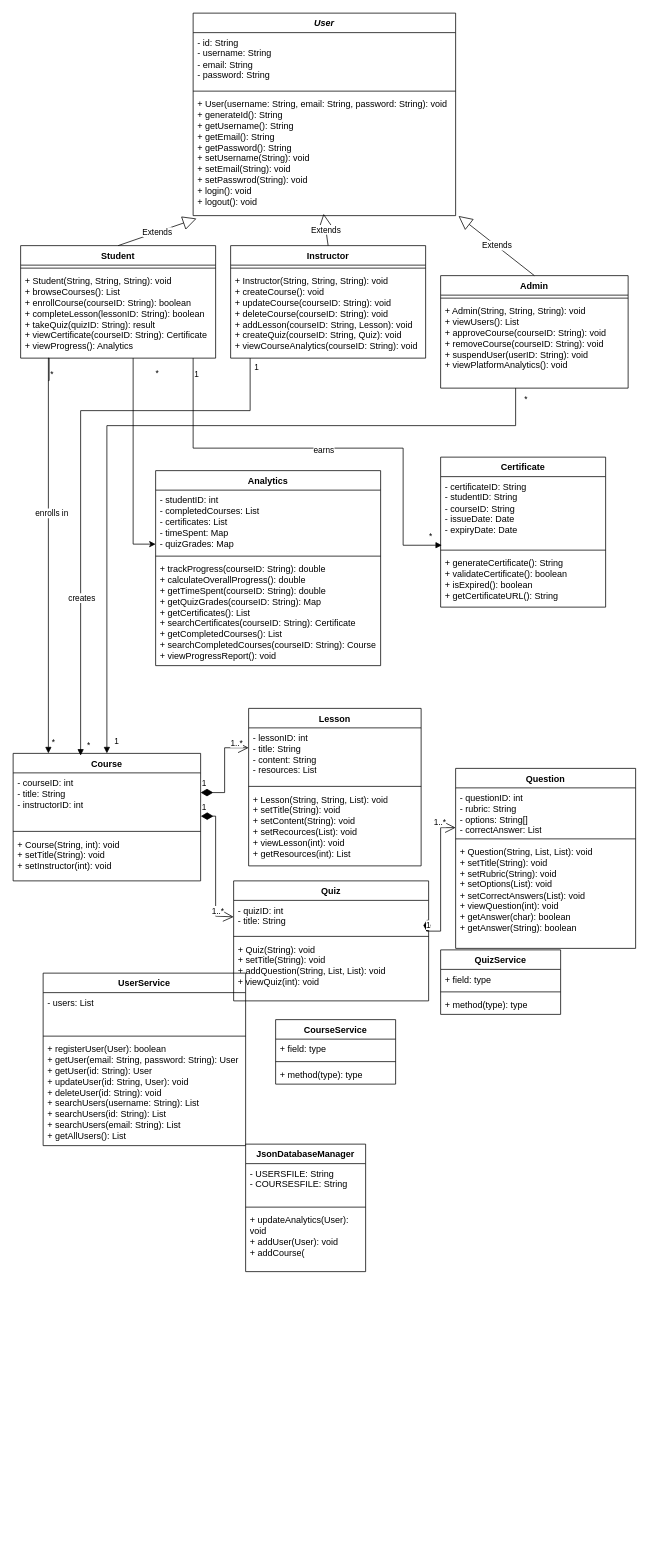
Abdelaziz-Islam-Galal/Programming-2_Lab-6 keeps this draw.io diagram as SkillForge - Class Diagram.drawio. Above is the earlier version. Source tidied: cells renumbered, new cells numbered last; positions are measured from the earlier drawing's top-left corner, leaving out a move shared by most shapes. Both pictures are drawn from the tidied source at 75%, with x=0, y=0 at pixel (13, 13).
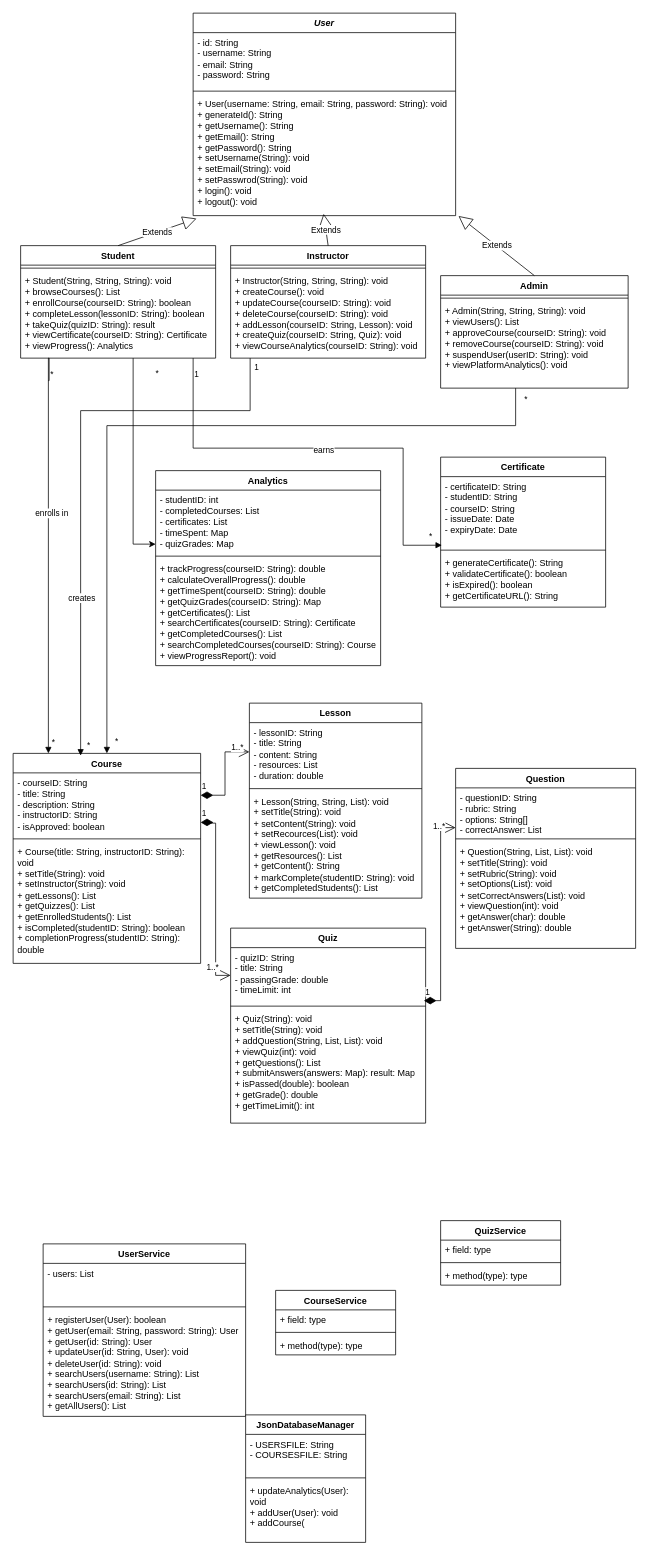
The same diagram, later.

Commit message:
actual progress - needes to continue with the last 4 classes

Unchanged cells that the change refers to:
```xml
<mxCell id="57" value="Question" style="swimlane;fontStyle=1;align=center;verticalAlign=top;horizontal=1;startSize=26;whiteSpace=wrap;html=1;" parent="1" vertex="1">
  <mxGeometry x="590" y="1007" width="240" height="240" as="geometry" />
</mxCell>
```

Diff of the diagram source:
```diff
@@
     <mxCell id="20" value="CourseService" style="swimlane;fontStyle=1;align=center;verticalAlign=top;horizontal=1;startSize=26;whiteSpace=wrap;html=1;" parent="1" vertex="1">
-      <mxGeometry x="350" y="1342" width="160" height="86" as="geometry" />
+      <mxGeometry x="350" y="1703" width="160" height="86" as="geometry" />
     </mxCell>
@@
     <mxCell id="24" value="QuizService" style="swimlane;fontStyle=1;align=center;verticalAlign=top;horizontal=1;startSize=26;whiteSpace=wrap;html=1;" parent="1" vertex="1">
-      <mxGeometry x="570" y="1249" width="160" height="86" as="geometry" />
+      <mxGeometry x="570" y="1610" width="160" height="86" as="geometry" />
     </mxCell>
@@
     <mxCell id="28" value="UserService" style="swimlane;fontStyle=1;align=center;verticalAlign=top;horizontal=1;startSize=26;whiteSpace=wrap;html=1;" parent="1" vertex="1">
-      <mxGeometry x="40" y="1280" width="270" height="230" as="geometry" />
+      <mxGeometry x="40" y="1641" width="270" height="230" as="geometry" />
     </mxCell>
@@
-    <mxCell id="36" value="1" style="edgeLabel;html=1;align=center;verticalAlign=middle;" parent="1" vertex="1">
+    <mxCell id="36" value="*" style="edgeLabel;html=1;align=center;verticalAlign=middle;" parent="1" vertex="1">
       <mxGeometry x="160" y="970" as="geometry">
         <mxPoint x="-23" as="offset" />
       </mxGeometry>
     </mxCell>
     <mxCell id="37" value="JsonDatabaseManager" style="swimlane;fontStyle=1;align=center;verticalAlign=top;horizontal=1;startSize=26;whiteSpace=wrap;html=1;" parent="1" vertex="1">
-      <mxGeometry x="310" y="1508" width="160" height="170" as="geometry" />
+      <mxGeometry x="310" y="1869" width="160" height="170" as="geometry" />
     </mxCell>
@@
     <mxCell id="41" value="Course" style="swimlane;fontStyle=1;align=center;verticalAlign=top;horizontal=1;startSize=26;whiteSpace=wrap;html=1;" parent="1" vertex="1">
-      <mxGeometry y="987" width="250" height="170" as="geometry" />
+      <mxGeometry y="987" width="250" height="280" as="geometry" />
     </mxCell>
-    <mxCell id="42" value="&lt;span style=&quot;text-align: center;&quot;&gt;- courseID: int&lt;/span&gt;&lt;br style=&quot;text-align: center;&quot;&gt;&lt;span style=&quot;text-align: center;&quot;&gt;- title: String&lt;/span&gt;&lt;br style=&quot;text-align: center;&quot;&gt;&lt;span style=&quot;text-align: center;&quot;&gt;- instructorID: int&lt;/span&gt;" style="text;strokeColor=none;fillColor=none;align=left;verticalAlign=top;spacingLeft=4;spacingRight=4;overflow=hidden;points=[[0,0.5],[1,0.5]];portConstraint=eastwest;whiteSpace=wrap;html=1;" parent="41" vertex="1">
-      <mxGeometry y="26" width="250" height="74" as="geometry" />
+    <mxCell id="42" value="&lt;span style=&quot;text-align: center;&quot;&gt;- courseID: String&lt;/span&gt;&lt;br style=&quot;text-align: center;&quot;&gt;&lt;span style=&quot;text-align: center;&quot;&gt;- title: String&lt;/span&gt;&lt;br style=&quot;text-align: center;&quot;&gt;&lt;span style=&quot;text-align: center;&quot;&gt;- description: String&lt;/span&gt;&lt;br style=&quot;text-align: center;&quot;&gt;&lt;span style=&quot;text-align: center;&quot;&gt;- instructorID: String&lt;/span&gt;&lt;br style=&quot;text-align: center;&quot;&gt;&lt;span style=&quot;text-align: center;&quot;&gt;- isApproved: boolean&lt;/span&gt;" style="text;strokeColor=none;fillColor=none;align=left;verticalAlign=top;spacingLeft=4;spacingRight=4;overflow=hidden;points=[[0,0.5],[1,0.5]];portConstraint=eastwest;whiteSpace=wrap;html=1;" parent="41" vertex="1">
+      <mxGeometry y="26" width="250" height="84" as="geometry" />
     </mxCell>
     <mxCell id="43" style="line;strokeWidth=1;fillColor=none;align=left;verticalAlign=middle;spacingTop=-1;spacingLeft=3;spacingRight=3;labelPosition=right;strokeColor=inherit;" parent="41" vertex="1">
-      <mxGeometry y="100" width="250" height="8" as="geometry" />
+      <mxGeometry y="110" width="250" height="8" as="geometry" />
     </mxCell>
-    <mxCell id="44" value="+ Course(String, int): void&lt;div&gt;+ setTitle(String): void&lt;/div&gt;&lt;div&gt;+ setInstructor(int): void&lt;/div&gt;" style="text;strokeColor=none;fillColor=none;align=left;verticalAlign=top;spacingLeft=4;spacingRight=4;overflow=hidden;whiteSpace=wrap;html=1;" parent="41" vertex="1">
-      <mxGeometry y="108" width="250" height="62" as="geometry" />
+    <mxCell id="44" value="+ Course(title: String, instructorID: String): void&lt;div&gt;+ setTitle(String): void&lt;/div&gt;&lt;div&gt;+ setInstructor(String): void&lt;/div&gt;&lt;div&gt;&lt;span style=&quot;text-align: center;&quot;&gt;+ getLessons(): List&lt;/span&gt;&lt;br style=&quot;text-align: center;&quot;&gt;&lt;span style=&quot;text-align: center;&quot;&gt;+ getQuizzes(): List&lt;/span&gt;&lt;br style=&quot;text-align: center;&quot;&gt;&lt;span style=&quot;text-align: center;&quot;&gt;+ getEnrolledStudents(): List&lt;/span&gt;&lt;br style=&quot;text-align: center;&quot;&gt;&lt;span style=&quot;text-align: center;&quot;&gt;+ isCompleted(studentID: String): boolean&lt;/span&gt;&lt;br style=&quot;text-align: center;&quot;&gt;&lt;span style=&quot;text-align: center;&quot;&gt;+ completionProgress(studentID: String): double&lt;/span&gt;&lt;/div&gt;" style="text;strokeColor=none;fillColor=none;align=left;verticalAlign=top;spacingLeft=4;spacingRight=4;overflow=hidden;whiteSpace=wrap;html=1;" parent="41" vertex="1">
+      <mxGeometry y="118" width="250" height="162" as="geometry" />
     </mxCell>
     <mxCell id="45" value="Lesson" style="swimlane;fontStyle=1;align=center;verticalAlign=top;horizontal=1;startSize=26;whiteSpace=wrap;html=1;" parent="1" vertex="1">
-      <mxGeometry x="314" y="927" width="230" height="210" as="geometry" />
+      <mxGeometry x="315" y="920" width="230" height="260" as="geometry" />
     </mxCell>
-    <mxCell id="46" value="&lt;span style=&quot;text-align: center;&quot;&gt;- lessonID: int&lt;/span&gt;&lt;br style=&quot;text-align: center;&quot;&gt;&lt;span style=&quot;text-align: center;&quot;&gt;- title: String&lt;/span&gt;&lt;br style=&quot;text-align: center;&quot;&gt;&lt;span style=&quot;text-align: center;&quot;&gt;- content: String&lt;/span&gt;&lt;br style=&quot;text-align: center;&quot;&gt;&lt;span style=&quot;text-align: center;&quot;&gt;- resources: List&lt;/span&gt;" style="text;strokeColor=none;fillColor=none;align=left;verticalAlign=top;spacingLeft=4;spacingRight=4;overflow=hidden;whiteSpace=wrap;html=1;" parent="45" vertex="1">
-      <mxGeometry y="26" width="230" height="74" as="geometry" />
+    <mxCell id="46" value="&lt;span style=&quot;text-align: center;&quot;&gt;- lessonID: String&lt;/span&gt;&lt;br style=&quot;text-align: center;&quot;&gt;&lt;span style=&quot;text-align: center;&quot;&gt;- title: String&lt;/span&gt;&lt;br style=&quot;text-align: center;&quot;&gt;&lt;span style=&quot;text-align: center;&quot;&gt;- content: String&lt;/span&gt;&lt;br style=&quot;text-align: center;&quot;&gt;&lt;span style=&quot;text-align: center;&quot;&gt;- resources: List&lt;/span&gt;&lt;div&gt;&lt;span style=&quot;text-align: center;&quot;&gt;- duration: double&lt;/span&gt;&lt;/div&gt;" style="text;strokeColor=none;fillColor=none;align=left;verticalAlign=top;spacingLeft=4;spacingRight=4;overflow=hidden;whiteSpace=wrap;html=1;" parent="45" vertex="1">
+      <mxGeometry y="26" width="230" height="84" as="geometry" />
     </mxCell>
     <mxCell id="47" style="line;strokeWidth=1;fillColor=none;align=left;verticalAlign=middle;spacingTop=-1;spacingLeft=3;spacingRight=3;labelPosition=right;strokeColor=inherit;" parent="45" vertex="1">
-      <mxGeometry y="100" width="230" height="8" as="geometry" />
+      <mxGeometry y="110" width="230" height="8" as="geometry" />
     </mxCell>
-    <mxCell id="48" value="&lt;div&gt;+ Lesson(String, String, List): void&lt;/div&gt;&lt;div&gt;+ setTitle(String): void&lt;/div&gt;&lt;div&gt;+ setContent(String): void&lt;/div&gt;&lt;div&gt;+ setRecources(List): void&lt;/div&gt;+ viewLesson(int): void&lt;div&gt;+ getResources(int): List&lt;/div&gt;" style="text;strokeColor=none;fillColor=none;align=left;verticalAlign=top;spacingLeft=4;spacingRight=4;overflow=hidden;whiteSpace=wrap;html=1;" parent="45" vertex="1">
-      <mxGeometry y="108" width="230" height="102" as="geometry" />
+    <mxCell id="48" value="&lt;div&gt;+ Lesson(String, String, List): void&lt;/div&gt;&lt;div&gt;+ setTitle(String): void&lt;/div&gt;&lt;div&gt;+ setContent(String): void&lt;/div&gt;&lt;div&gt;+ setRecources(List): void&lt;/div&gt;+ viewLesson(): void&lt;div&gt;+ getResources(): List&lt;/div&gt;&lt;div&gt;&lt;span style=&quot;text-align: center;&quot;&gt;+ getContent(): String&lt;/span&gt;&lt;br style=&quot;text-align: center;&quot;&gt;&lt;span style=&quot;text-align: center;&quot;&gt;+ markComplete(studentID: String): void&lt;/span&gt;&lt;/div&gt;&lt;div&gt;+ getCompletedStudents(): List&lt;br style=&quot;text-align: center;&quot;&gt;&lt;br&gt;&lt;/div&gt;" style="text;strokeColor=none;fillColor=none;align=left;verticalAlign=top;spacingLeft=4;spacingRight=4;overflow=hidden;whiteSpace=wrap;html=1;" parent="45" vertex="1">
+      <mxGeometry y="118" width="230" height="142" as="geometry" />
     </mxCell>
     <mxCell id="49" value="Quiz" style="swimlane;fontStyle=1;align=center;verticalAlign=top;horizontal=1;startSize=26;whiteSpace=wrap;html=1;" parent="1" vertex="1">
-      <mxGeometry x="294" y="1157" width="260" height="160" as="geometry" />
+      <mxGeometry x="290" y="1220" width="260" height="260" as="geometry" />
     </mxCell>
-    <mxCell id="50" value="&lt;div&gt;&lt;span style=&quot;text-align: center; background-color: transparent; color: light-dark(rgb(0, 0, 0), rgb(255, 255, 255));&quot;&gt;- quizID: int&lt;/span&gt;&lt;/div&gt;&lt;span style=&quot;text-align: center;&quot;&gt;- title: String&lt;/span&gt;" style="text;strokeColor=none;fillColor=none;align=left;verticalAlign=top;spacingLeft=4;spacingRight=4;overflow=hidden;points=[[0,0.5],[1,0.5]];portConstraint=eastwest;whiteSpace=wrap;html=1;" parent="49" vertex="1">
-      <mxGeometry y="26" width="260" height="44" as="geometry" />
+    <mxCell id="50" value="&lt;div&gt;&lt;span style=&quot;text-align: center; background-color: transparent; color: light-dark(rgb(0, 0, 0), rgb(255, 255, 255));&quot;&gt;- quizID: String&lt;/span&gt;&lt;/div&gt;&lt;div&gt;&lt;span style=&quot;text-align: center;&quot;&gt;- title: String&lt;/span&gt;&lt;br style=&quot;text-align: center;&quot;&gt;&lt;span style=&quot;text-align: center;&quot;&gt;- passingGrade: double&lt;/span&gt;&lt;br style=&quot;text-align: center;&quot;&gt;&lt;span style=&quot;text-align: center;&quot;&gt;- timeLimit: int&lt;/span&gt;&lt;br style=&quot;text-align: center;&quot;&gt;&lt;/div&gt;" style="text;strokeColor=none;fillColor=none;align=left;verticalAlign=top;spacingLeft=4;spacingRight=4;overflow=hidden;points=[[0,0.5],[1,0.5]];portConstraint=eastwest;whiteSpace=wrap;html=1;" parent="49" vertex="1">
+      <mxGeometry y="26" width="260" height="74" as="geometry" />
     </mxCell>
     <mxCell id="51" style="line;strokeWidth=1;fillColor=none;align=left;verticalAlign=middle;spacingTop=-1;spacingLeft=3;spacingRight=3;labelPosition=right;strokeColor=inherit;" parent="49" vertex="1">
-      <mxGeometry y="70" width="260" height="8" as="geometry" />
+      <mxGeometry y="100" width="260" height="8" as="geometry" />
     </mxCell>
-    <mxCell id="52" value="&lt;div&gt;+ Quiz(String): void&lt;/div&gt;&lt;div&gt;+ setTitle(String): void&lt;/div&gt;&lt;div&gt;+ addQuestion(String, List, List): void&lt;/div&gt;+ viewQuiz(int): void" style="text;strokeColor=none;fillColor=none;align=left;verticalAlign=top;spacingLeft=4;spacingRight=4;overflow=hidden;whiteSpace=wrap;html=1;" parent="49" vertex="1">
-      <mxGeometry y="78" width="260" height="82" as="geometry" />
+    <mxCell id="52" value="&lt;div&gt;+ Quiz(String): void&lt;/div&gt;&lt;div&gt;+ setTitle(String): void&lt;/div&gt;&lt;div&gt;+ addQuestion(String, List, List): void&lt;/div&gt;+ viewQuiz(int): void&lt;div&gt;&lt;span style=&quot;text-align: center;&quot;&gt;+ getQuestions(): List&lt;/span&gt;&lt;br style=&quot;text-align: center;&quot;&gt;&lt;span style=&quot;text-align: center;&quot;&gt;+ submitAnswers(answers: Map): result: Map&lt;/span&gt;&lt;br style=&quot;text-align: center;&quot;&gt;&lt;span style=&quot;text-align: center;&quot;&gt;+ isPassed(double): boolean&lt;/span&gt;&lt;/div&gt;&lt;div&gt;+ getGrade(): double&lt;br style=&quot;text-align: center;&quot;&gt;&lt;span style=&quot;text-align: center;&quot;&gt;+ getTimeLimit(): int&lt;/span&gt;&lt;/div&gt;" style="text;strokeColor=none;fillColor=none;align=left;verticalAlign=top;spacingLeft=4;spacingRight=4;overflow=hidden;whiteSpace=wrap;html=1;" parent="49" vertex="1">
+      <mxGeometry y="108" width="260" height="152" as="geometry" />
     </mxCell>
-    <mxCell id="53" value="1" style="endArrow=open;html=1;endSize=12;startArrow=diamondThin;startSize=14;startFill=1;edgeStyle=orthogonalEdgeStyle;align=left;verticalAlign=bottom;rounded=0;entryX=0;entryY=0.5;entryDx=0;entryDy=0;exitX=1.001;exitY=0.78;exitDx=0;exitDy=0;exitPerimeter=0;" parent="1" edge="1" source="42" target="50">
+    <mxCell id="53" value="1" style="endArrow=open;html=1;endSize=12;startArrow=diamondThin;startSize=14;startFill=1;edgeStyle=orthogonalEdgeStyle;align=left;verticalAlign=bottom;rounded=0;entryX=0;entryY=0.5;entryDx=0;entryDy=0;" parent="1" edge="1" source="42" target="50">
       <mxGeometry x="-1" y="3" relative="1" as="geometry">
         <Array as="points">
-          <mxPoint x="270" y="1070" />
-          <mxPoint x="270" y="1204" />
+          <mxPoint x="260" y="1079" />
+          <mxPoint x="270" y="1080" />
+          <mxPoint x="270" y="1268" />
         </Array>
       </mxGeometry>
     </mxCell>
@@
-    <mxCell id="58" value="&lt;div&gt;&lt;span style=&quot;text-align: center; background-color: transparent; color: light-dark(rgb(0, 0, 0), rgb(255, 255, 255));&quot;&gt;- questionID: int&lt;/span&gt;&lt;/div&gt;&lt;div&gt;- rubric: String&lt;/div&gt;&lt;span style=&quot;text-align: center;&quot;&gt;- options: String[]&lt;/span&gt;&lt;br style=&quot;text-align: center;&quot;&gt;&lt;span style=&quot;text-align: center;&quot;&gt;- correctAnswer: List&lt;/span&gt;" style="text;strokeColor=none;fillColor=none;align=left;verticalAlign=top;spacingLeft=4;spacingRight=4;overflow=hidden;whiteSpace=wrap;html=1;" parent="57" vertex="1">
+    <mxCell id="58" value="&lt;div&gt;&lt;span style=&quot;text-align: center; background-color: transparent; color: light-dark(rgb(0, 0, 0), rgb(255, 255, 255));&quot;&gt;- questionID: String&lt;/span&gt;&lt;/div&gt;&lt;div&gt;- rubric: String&lt;/div&gt;&lt;span style=&quot;text-align: center;&quot;&gt;- options: String[]&lt;/span&gt;&lt;br style=&quot;text-align: center;&quot;&gt;&lt;span style=&quot;text-align: center;&quot;&gt;- correctAnswer: List&lt;/span&gt;" style="text;strokeColor=none;fillColor=none;align=left;verticalAlign=top;spacingLeft=4;spacingRight=4;overflow=hidden;whiteSpace=wrap;html=1;" parent="57" vertex="1">
       <mxGeometry y="26" width="240" height="64" as="geometry" />
     </mxCell>
@@
-    <mxCell id="60" value="&lt;div&gt;+ Question(String, List, List): void&lt;/div&gt;&lt;div&gt;+ setTitle(String): void&lt;/div&gt;&lt;div&gt;+ setRubric(String): void&lt;/div&gt;&lt;div&gt;+ setOptions(List): void&lt;br&gt;&lt;/div&gt;&lt;div&gt;+ setCorrectAnswers(List): void&lt;/div&gt;+ viewQuestion(int): void&lt;div&gt;+ getAnswer(char): boolean&lt;/div&gt;&lt;div&gt;+ getAnswer(String): boolean&lt;/div&gt;" style="text;strokeColor=none;fillColor=none;align=left;verticalAlign=top;spacingLeft=4;spacingRight=4;overflow=hidden;whiteSpace=wrap;html=1;" parent="57" vertex="1">
+    <mxCell id="60" value="&lt;div&gt;+ Question(String, List, List): void&lt;/div&gt;&lt;div&gt;+ setTitle(String): void&lt;/div&gt;&lt;div&gt;+ setRubric(String): void&lt;/div&gt;&lt;div&gt;+ setOptions(List): void&lt;br&gt;&lt;/div&gt;&lt;div&gt;+ setCorrectAnswers(List): void&lt;/div&gt;+ viewQuestion(int): void&lt;div&gt;+ getAnswer(char):&amp;nbsp;&lt;span style=&quot;background-color: transparent; color: light-dark(rgb(0, 0, 0), rgb(255, 255, 255));&quot;&gt;double&lt;/span&gt;&lt;/div&gt;&lt;div&gt;+ getAnswer(String): double&lt;/div&gt;" style="text;strokeColor=none;fillColor=none;align=left;verticalAlign=top;spacingLeft=4;spacingRight=4;overflow=hidden;whiteSpace=wrap;html=1;" parent="57" vertex="1">
       <mxGeometry y="98" width="240" height="142" as="geometry" />
     </mxCell>
     <mxCell id="61" value="1" style="endArrow=open;html=1;endSize=12;startArrow=diamondThin;startSize=14;startFill=1;edgeStyle=orthogonalEdgeStyle;align=left;verticalAlign=bottom;rounded=0;exitX=0.991;exitY=0.955;exitDx=0;exitDy=0;exitPerimeter=0;" parent="1" edge="1" source="50">
       <mxGeometry x="-1" y="3" relative="1" as="geometry">
         <mxPoint x="590" y="1086" as="targetPoint" />
         <Array as="points">
-          <mxPoint x="570" y="1224" />
+          <mxPoint x="570" y="1317" />
           <mxPoint x="570" y="1086" />
         </Array>
       </mxGeometry>
     </mxCell>
```
